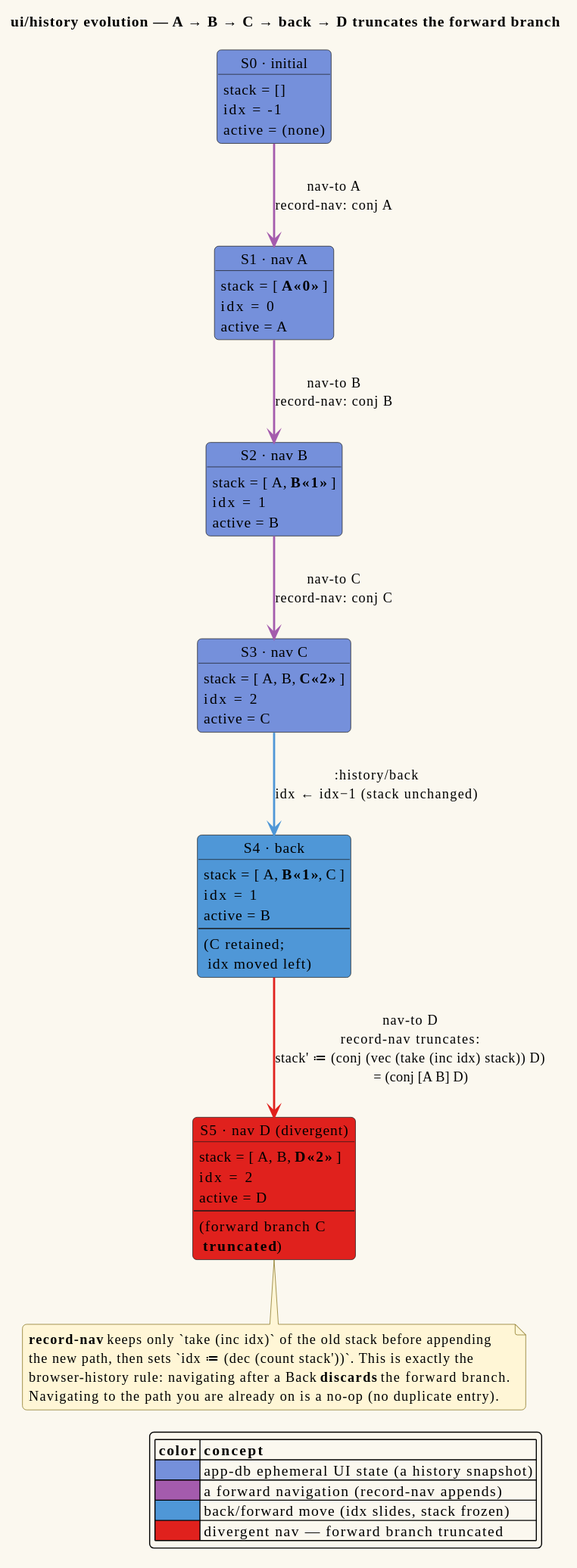
Above: docs/diagrams/object-history-stack.svg in vinary-tree/vinary-viewer (PlantUML), before the change. Its source is kept beside it as docs/diagrams/object-history-stack.puml.
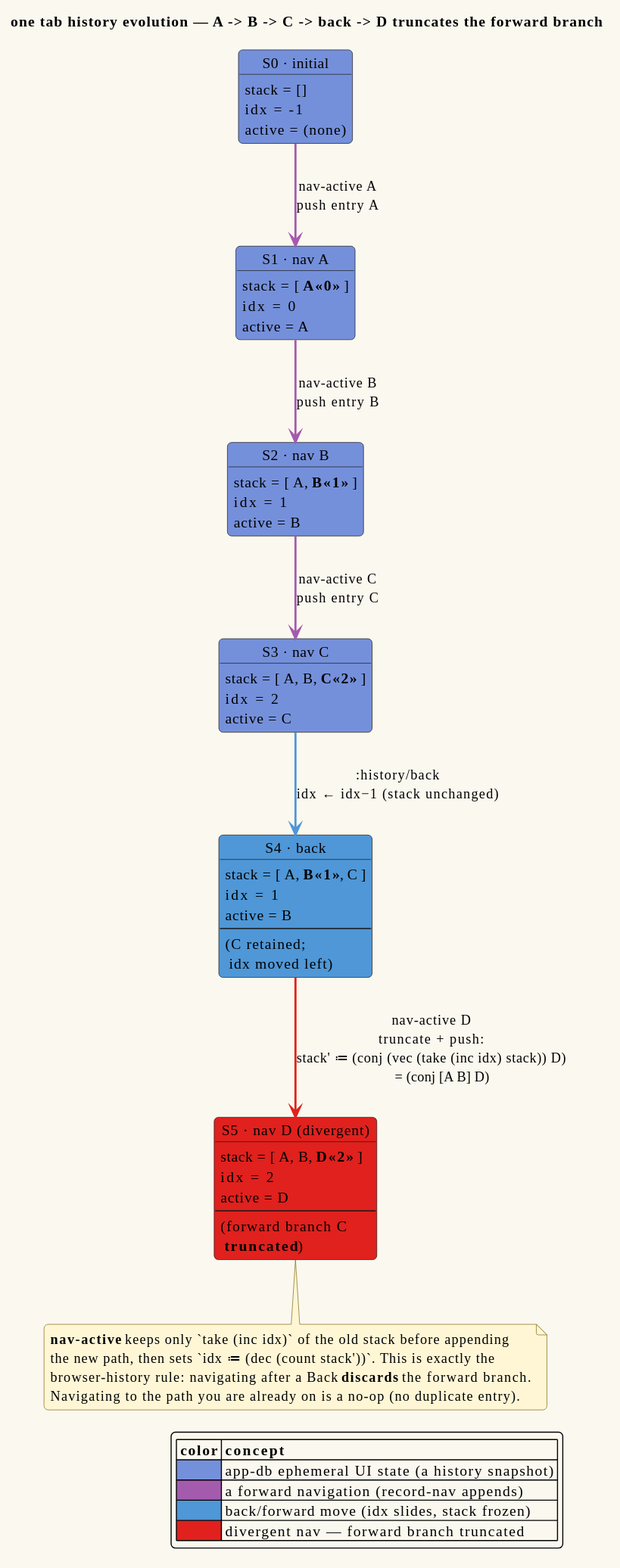
Above is the later version.

The edit, as a diff of the source:
```diff
@@ -1,7 +1,7 @@
 @startuml object-history-stack
 !include _vv-theme.iuml
 
-title :ui/history evolution — A → B → C → back → D truncates the forward branch
+title one tab history evolution — A -> B -> C -> back -> D truncates the forward branch
 
 
 object "S0 · initial" as S0 #7590DB {
@@ -44,14 +44,14 @@
   (forward branch C\n **truncated**)
 }
 
-S0 -[#A45BAD,thickness=2]-> S1 : nav-to A\nrecord-nav: conj A
-S1 -[#A45BAD,thickness=2]-> S2 : nav-to B\nrecord-nav: conj B
-S2 -[#A45BAD,thickness=2]-> S3 : nav-to C\nrecord-nav: conj C
+S0 -[#A45BAD,thickness=2]-> S1 : nav-active A\npush entry A
+S1 -[#A45BAD,thickness=2]-> S2 : nav-active B\npush entry B
+S2 -[#A45BAD,thickness=2]-> S3 : nav-active C\npush entry C
 S3 -[#4F97D7,thickness=2]-> S4 : :history/back\nidx ← idx−1   (stack unchanged)
-S4 -[#E0211D,thickness=2]-> S5 : nav-to D\nrecord-nav truncates:\nstack' ≔ (conj (vec (take (inc idx) stack)) D)\n      = (conj [A B] D)
+S4 -[#E0211D,thickness=2]-> S5 : nav-active D\ntruncate + push:\nstack' ≔ (conj (vec (take (inc idx) stack)) D)\n      = (conj [A B] D)
 
 note bottom of S5
-  **record-nav** keeps only `take (inc idx)` of the old stack before appending
+  **nav-active** keeps only `take (inc idx)` of the old stack before appending
   the new path, then sets `idx ≔ (dec (count stack'))`. This is exactly the
   browser-history rule: navigating after a Back **discards** the forward branch.
   Navigating to the path you are already on is a no-op (no duplicate entry).
```
